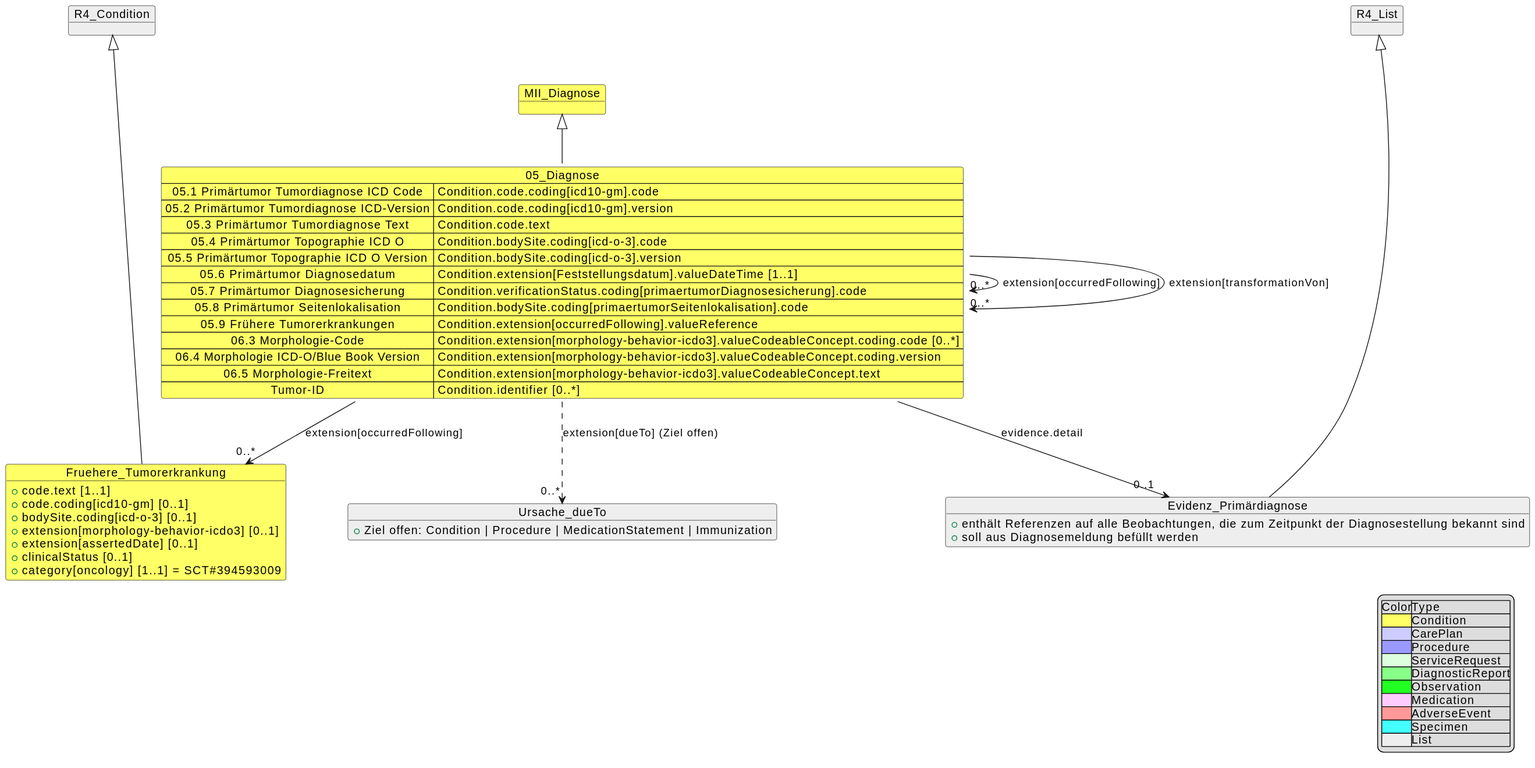
The PlantUML diagram implementation-guides/ImplementationGuide-2027.x-DE/Images/MII_Onko_05_Diagnosis.svg in medizininformatik-initiative/kerndatensatzmodul-onkologie, before a commit. The source it was exported from:
```plantuml
@startuml
object MII_Diagnose #FFFF66
Map 05_Diagnose #FFFF66 {
 05.1 Primärtumor Tumordiagnose ICD Code => Condition.code.coding[icd10-gm].code
 05.2 Primärtumor Tumordiagnose ICD-Version => Condition.code.coding[icd10-gm].version
 05.3 Primärtumor Tumordiagnose Text => Condition.code.text
 05.4 Primärtumor Topographie ICD O => Condition.bodySite.coding[icd-o-3].code
 05.5 Primärtumor Topographie ICD O Version => Condition.bodySite.coding[icd-o-3].version
 05.6 Primärtumor Diagnosedatum => Condition.extension[Feststellungsdatum].valueDateTime [1..1]
 05.7 Primärtumor Diagnosesicherung => Condition.verificationStatus.coding[primaertumorDiagnosesicherung].code
 05.8 Primärtumor Seitenlokalisation => Condition.bodySite.coding[primaertumorSeitenlokalisation].code
 05.9 Frühere Tumorerkrankungen => Condition.extension[occurredFollowing].valueReference
 06.3 Morphologie-Code => Condition.extension[morphology-behavior-icdo3].valueCodeableConcept.coding.code [0..*]
 06.4 Morphologie ICD-O/Blue Book Version => Condition.extension[morphology-behavior-icdo3].valueCodeableConcept.coding.version
 06.5 Morphologie-Freitext => Condition.extension[morphology-behavior-icdo3].valueCodeableConcept.text
 Tumor-ID => Condition.identifier [0..*]
}

MII_Diagnose <|-down- 05_Diagnose

object R4_Condition #EEEEEE
object Fruehere_Tumorerkrankung #FFFF66 {
    + code.text [1..1]
    + code.coding[icd10-gm] [0..1]
    + bodySite.coding[icd-o-3] [0..1]
    + extension[morphology-behavior-icdo3] [0..1]
    + extension[assertedDate] [0..1]
    + clinicalStatus [0..1]
    + category[oncology] [1..1] = SCT#394593009
}
R4_Condition <|---- Fruehere_Tumorerkrankung
05_Diagnose --> "0..*" Fruehere_Tumorerkrankung : extension[occurredFollowing]
05_Diagnose --> "0..*" 05_Diagnose : extension[occurredFollowing]
05_Diagnose --> "0..*" 05_Diagnose : extension[transformationVon]

object Ursache_dueTo #EEEEEE {
    + Ziel offen: Condition | Procedure | MedicationStatement | Immunization
}
05_Diagnose ..> "0..*" Ursache_dueTo : extension[dueTo] (Ziel offen)

object R4_List #EEEEEE
object Evidenz_Primärdiagnose #EEEEEE {
    + enthält Referenzen auf alle Beobachtungen, die zum Zeitpunkt der Diagnosestellung bekannt sind
    + soll aus Diagnosemeldung befüllt werden
}
R4_List <|---- Evidenz_Primärdiagnose
05_Diagnose --> "0..1" Evidenz_Primärdiagnose : evidence.detail

legend right
|Color|Type|
|<#FFFF66>|Condition|
|<#CCCCFF>|CarePlan|
|<#9999FF>|Procedure|
|<#DDFFDD>|ServiceRequest|
|<#88FF88>|DiagnosticReport|
|<#22FF22>|Observation|
|<#FFCCFF>|Medication|
|<#FF9999>|AdverseEvent|
|<#44FFFF>|Specimen|
|<#EEEEEE>|List|
endlegend
@enduml
```
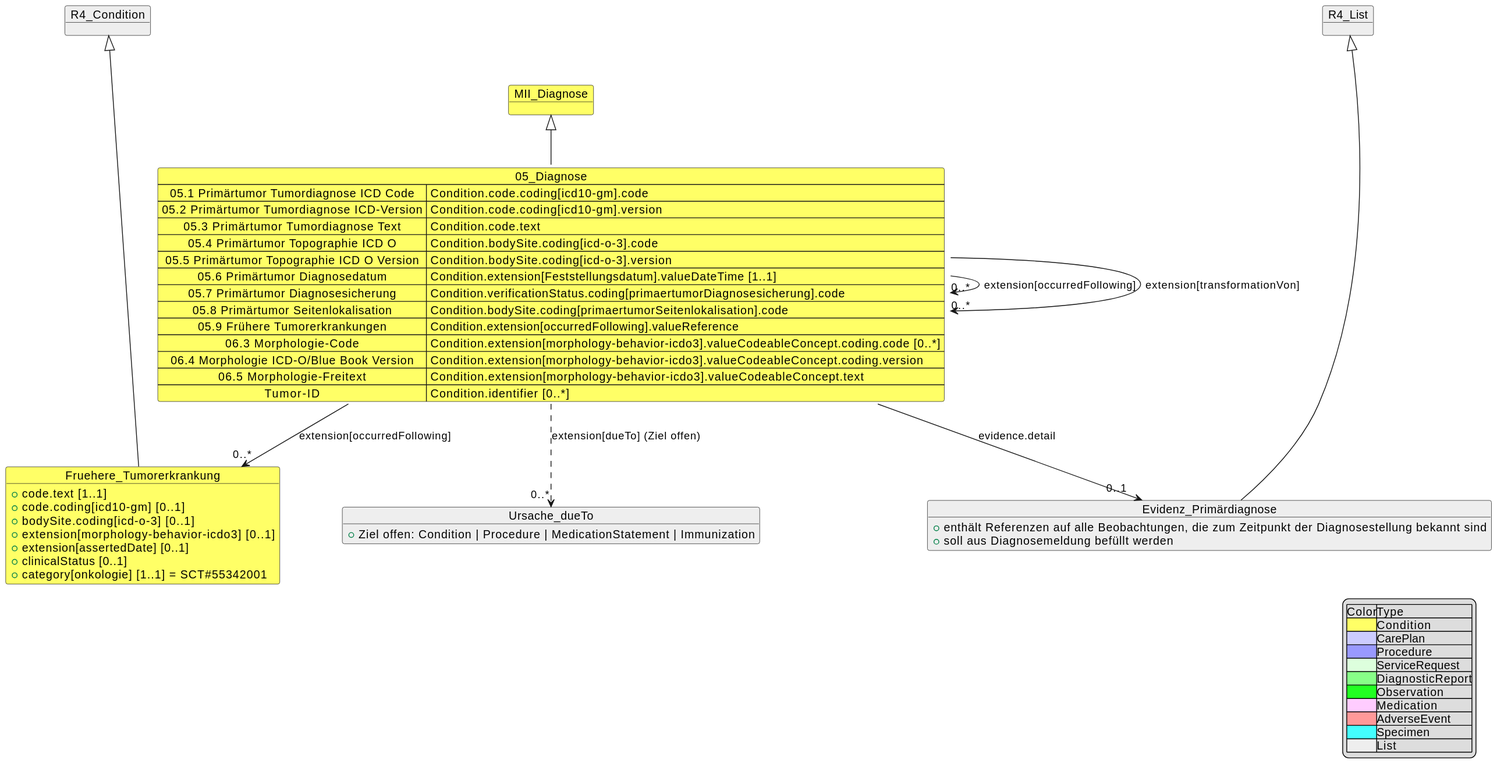
Above is the later version.

The edit, as a diff of the source:
```diff
@@ -26,7 +26,7 @@
     + extension[morphology-behavior-icdo3] [0..1]
     + extension[assertedDate] [0..1]
     + clinicalStatus [0..1]
-    + category[oncology] [1..1] = SCT#394593009
+    + category[onkologie] [1..1] = SCT#55342001
 }
 R4_Condition <|---- Fruehere_Tumorerkrankung
 05_Diagnose --> "0..*" Fruehere_Tumorerkrankung : extension[occurredFollowing]
```
